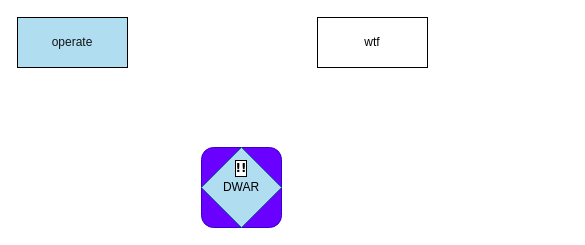
This is testinit.drawio.xml from 72CA/svNT0, a draw.io file, before an edit. Source tidied: cells renumbered, new cells numbered last; positions are measured from the earlier drawing's top-left corner, leaving out a move shared by most shapes. Both pictures are drawn from the tidied source at 100%, with x=0, y=0 at pixel (17, 17).
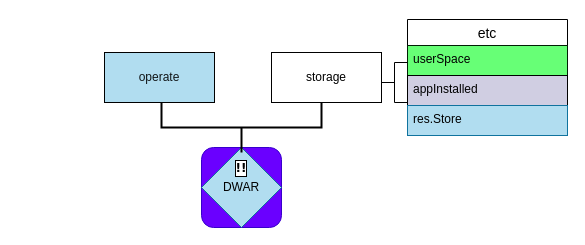
The same page after the edit.

What changed in the source:
```diff
@@
 <mxGraphModel>
   <root>
     <mxCell id="0" />
     <mxCell id="1" parent="0" />
     <mxCell id="2" style="whiteSpace=wrap;html=1;fillColor=#6a00ff;fontColor=#ffffff;strokeColor=#3700CC;fillStyle=solid;strokeWidth=1;perimeterSpacing=8;rounded=1;glass=0;shadow=0;imageAspect=1;fontFamily=Verdana;align=right;" parent="1" vertex="1">
       <mxGeometry x="184" y="130" width="80" height="80" as="geometry" />
     </mxCell>
     <mxCell id="3" style="rhombus;whiteSpace=wrap;html=1;fillColor=#b1ddf0;strokeColor=#10739e;" parent="1" vertex="1">
       <mxGeometry x="184" y="130" width="80" height="80" as="geometry" />
     </mxCell>
-    <mxCell id="4" value="wtf" style="html=1;whiteSpace=wrap;" parent="1" vertex="1">
-      <mxGeometry x="300" width="110" height="50" as="geometry" />
+    <mxCell id="4" value="storage" style="html=1;whiteSpace=wrap;" parent="1" vertex="1">
+      <mxGeometry x="254" y="35" width="110" height="50" as="geometry" />
     </mxCell>
     <mxCell id="5" value="operate" style="whiteSpace=wrap;fillColor=#b1ddf0;strokeColor=#000000;rounded=0;glass=0;shadow=0;labelBackgroundColor=none;labelBorderColor=none;html=1;spacingTop=0;spacing=6;textOpacity=90;strokeWidth=1;noLabel=0;direction=west;fillOpacity=100;strokeOpacity=100;backgroundOutline=0;" parent="1" vertex="1">
-      <mxGeometry width="110" height="50" as="geometry" />
+      <mxGeometry x="87" y="35" width="110" height="50" as="geometry" />
     </mxCell>
     <mxCell id="6" value="DWAR" style="text;html=1;strokeColor=none;fillColor=none;align=center;verticalAlign=middle;whiteSpace=wrap;rounded=0;" parent="1" vertex="1">
       <mxGeometry x="194" y="160" width="60" height="20" as="geometry" />
     </mxCell>
     <mxCell id="7" value="!!" style="text;html=1;strokeColor=none;fillColor=none;align=center;verticalAlign=middle;whiteSpace=wrap;rounded=0;fontStyle=1;fontFamily=Verdana;labelBorderColor=default;labelBackgroundColor=#FFFFFF;" parent="1" vertex="1">
       <mxGeometry x="194" y="136" width="60" height="30" as="geometry" />
     </mxCell>
+    <mxCell id="8" style="strokeWidth=2;html=1;shape=mxgraph.flowchart.annotation_2;align=left;labelPosition=right;rotation=-90;" parent="1" vertex="1">
+      <mxGeometry x="199" y="30" width="50" height="160" as="geometry" />
+    </mxCell>
+    <mxCell id="9" value="etc" style="swimlane;fontStyle=0;horizontal=1;startSize=26;align=center;fontSize=14;noLabel=0;rounded=0;glass=0;shadow=0;" parent="1" vertex="1">
+      <mxGeometry x="390" y="2" width="160" height="116" as="geometry" />
+    </mxCell>
+    <mxCell id="10" value="userSpace" style="text;strokeColor=default;fillColor=#03FF1C;spacingLeft=4;spacingRight=4;overflow=hidden;fontSize=12;whiteSpace=wrap;html=1;fillStyle=solid;opacity=60;strokeWidth=1;perimeterSpacing=1;" parent="9" vertex="1">
+      <mxGeometry y="26" width="160" height="30" as="geometry" />
+    </mxCell>
+    <mxCell id="11" value="appInstalled" style="text;strokeColor=#000000;fillColor=#d0cee2;spacingLeft=4;spacingRight=4;overflow=hidden;fontSize=12;whiteSpace=wrap;html=1;" parent="9" vertex="1">
+      <mxGeometry y="56" width="160" height="30" as="geometry" />
+    </mxCell>
+    <mxCell id="12" value="res.Store" style="text;strokeColor=#10739e;fillColor=#b1ddf0;spacingLeft=4;spacingRight=4;overflow=hidden;fontSize=12;whiteSpace=wrap;html=1;" parent="9" vertex="1">
+      <mxGeometry y="86" width="160" height="30" as="geometry" />
+    </mxCell>
+    <mxCell id="13" style="strokeWidth=1;html=1;shape=mxgraph.flowchart.annotation_2;align=left;labelPosition=right;" parent="1" vertex="1">
+      <mxGeometry x="364" y="45" width="26" height="40" as="geometry" />
+    </mxCell>
   </root>
 </mxGraphModel>
```
